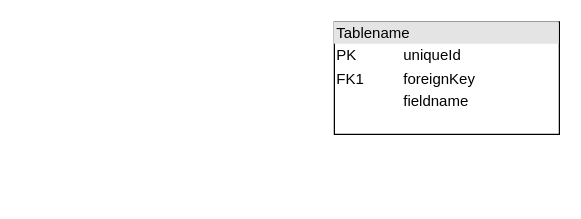
Before: database uml.drawio in arturyumaev/Bachelor-Diploma-Docs, a draw.io diagram. Source tidied: cells renumbered, new cells numbered last; positions are measured from the earlier drawing's top-left corner, leaving out a move shared by most shapes. Both pictures are drawn from the tidied source at 125%, with x=0, y=0 at pixel (334, 21).
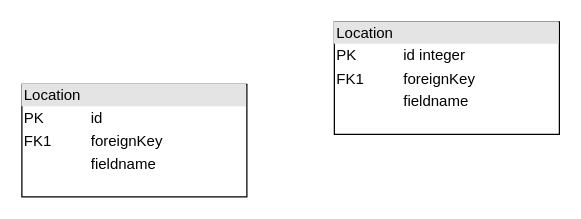
Above is the later version.

The edit, as a diff of the source:
```diff
@@
 <mxGraphModel>
   <root>
     <mxCell id="0" />
     <mxCell id="1" parent="0" />
-    <mxCell id="2" value="&lt;div style=&quot;box-sizing:border-box;width:100%;background:#e4e4e4;padding:2px;&quot;&gt;Tablename&lt;/div&gt;&lt;table style=&quot;width:100%;font-size:1em;&quot; cellpadding=&quot;2&quot; cellspacing=&quot;0&quot;&gt;&lt;tr&gt;&lt;td&gt;PK&lt;/td&gt;&lt;td&gt;uniqueId&lt;/td&gt;&lt;/tr&gt;&lt;tr&gt;&lt;td&gt;FK1&lt;/td&gt;&lt;td&gt;foreignKey&lt;/td&gt;&lt;/tr&gt;&lt;tr&gt;&lt;td&gt;&lt;/td&gt;&lt;td&gt;fieldname&lt;/td&gt;&lt;/tr&gt;&lt;/table&gt;" style="verticalAlign=top;align=left;overflow=fill;html=1;" parent="1" vertex="1">
+    <mxCell id="2" value="&lt;div style=&quot;box-sizing: border-box ; width: 100% ; background: #e4e4e4 ; padding: 2px&quot;&gt;Location&lt;/div&gt;&lt;table style=&quot;width: 100% ; font-size: 1em&quot; cellpadding=&quot;2&quot; cellspacing=&quot;0&quot;&gt;&lt;tbody&gt;&lt;tr&gt;&lt;td&gt;PK&lt;/td&gt;&lt;td&gt;id integer&lt;/td&gt;&lt;/tr&gt;&lt;tr&gt;&lt;td&gt;FK1&lt;/td&gt;&lt;td&gt;foreignKey&lt;/td&gt;&lt;/tr&gt;&lt;tr&gt;&lt;td&gt;&lt;/td&gt;&lt;td&gt;fieldname&lt;/td&gt;&lt;/tr&gt;&lt;/tbody&gt;&lt;/table&gt;" style="verticalAlign=top;align=left;overflow=fill;html=1;" parent="1" vertex="1">
       <mxGeometry width="180" height="90" as="geometry" />
     </mxCell>
+    <mxCell id="3" value="&lt;div style=&quot;box-sizing: border-box ; width: 100% ; background: #e4e4e4 ; padding: 2px&quot;&gt;Location&lt;/div&gt;&lt;table style=&quot;width: 100% ; font-size: 1em&quot; cellpadding=&quot;2&quot; cellspacing=&quot;0&quot;&gt;&lt;tbody&gt;&lt;tr&gt;&lt;td&gt;PK&lt;/td&gt;&lt;td&gt;id&lt;/td&gt;&lt;/tr&gt;&lt;tr&gt;&lt;td&gt;FK1&lt;/td&gt;&lt;td&gt;foreignKey&lt;/td&gt;&lt;/tr&gt;&lt;tr&gt;&lt;td&gt;&lt;/td&gt;&lt;td&gt;fieldname&lt;/td&gt;&lt;/tr&gt;&lt;/tbody&gt;&lt;/table&gt;" style="verticalAlign=top;align=left;overflow=fill;html=1;" parent="1" vertex="1">
+      <mxGeometry x="-250" y="50" width="180" height="90" as="geometry" />
+    </mxCell>
   </root>
 </mxGraphModel>
```
